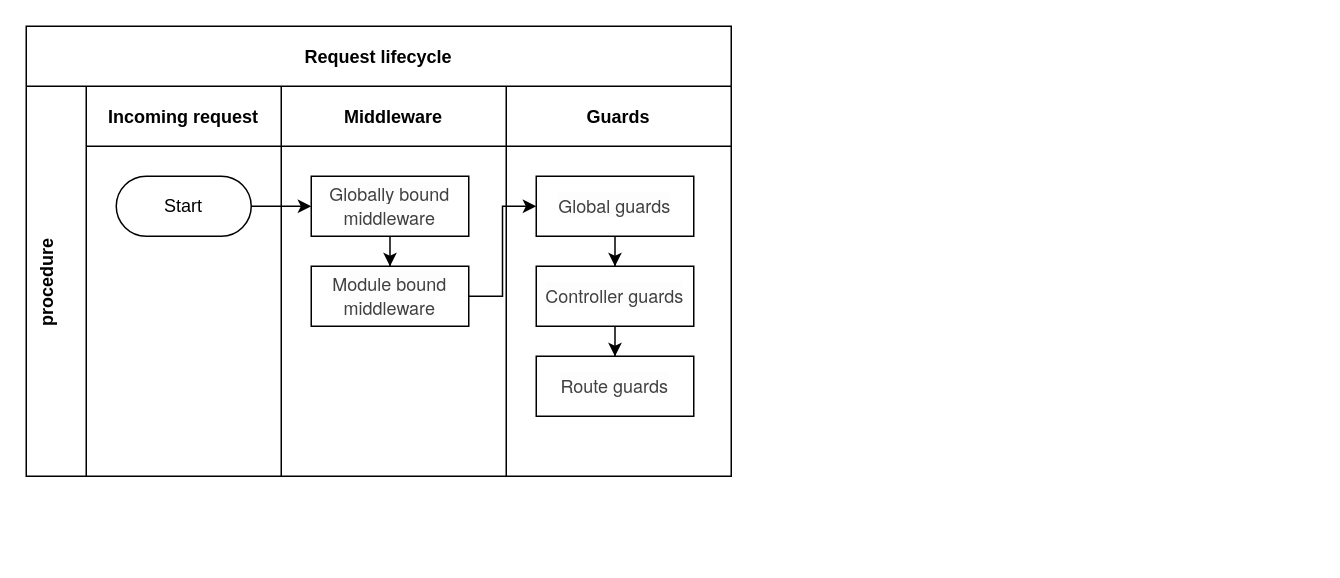
The draw.io diagram nest.drawio in xixilaladsds/draw.io, before the edit. Source tidied: cells renumbered, new cells numbered last; positions are measured from the earlier drawing's top-left corner, leaving out a move shared by most shapes. Both pictures are drawn from the tidied source at 150%, with x=0, y=0 at pixel (26, 26).
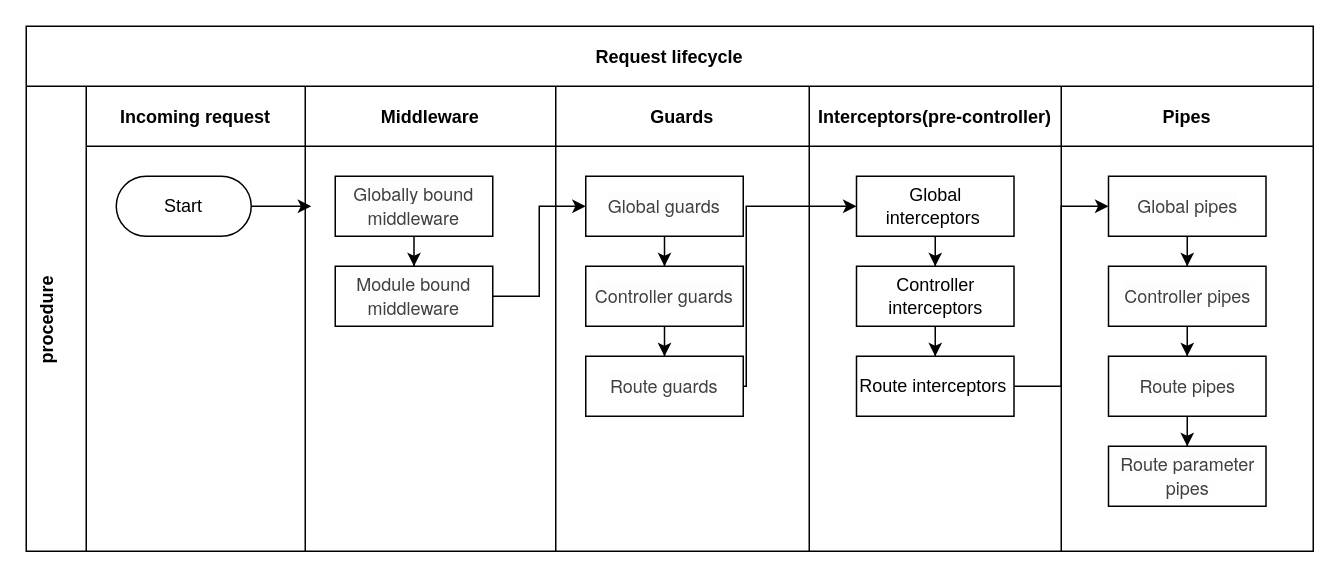
The same diagram, later.

Unchanged cells that the change refers to:
```xml
<mxCell id="15" value="&lt;span style=&quot;color: rgb(64, 64, 64); font-family: &amp;quot;Source Sans Pro&amp;quot;, &amp;quot;Helvetica Neue&amp;quot;, sans-serif; font-style: normal; font-variant-ligatures: normal; font-variant-caps: normal; font-weight: 400; letter-spacing: normal; orphans: 2; text-align: left; text-indent: 0px; text-transform: none; widows: 2; word-spacing: 0px; -webkit-text-stroke-width: 0px; background-color: rgb(253, 253, 253); text-decoration-thickness: initial; text-decoration-style: initial; text-decoration-color: initial; float: none; display: inline !important;&quot;&gt;&lt;font style=&quot;font-size: 12px;&quot;&gt;Route guards&lt;/font&gt;&lt;/span&gt;" style="rounded=0;whiteSpace=wrap;html=1;fontSize=12;" parent="10" vertex="1">
  <mxGeometry x="20" y="180" width="105" height="40" as="geometry" />
</mxCell>
```

The edit, as a diff of the source:
```diff
@@
     <mxCell id="2" value="Request lifecycle" style="shape=table;childLayout=tableLayout;startSize=40;fillColor=none;fontStyle=1;" parent="1" vertex="1">
-      <mxGeometry width="470" height="300" as="geometry" />
+      <mxGeometry width="858" height="350" as="geometry" />
     </mxCell>
     <mxCell id="3" value="procedure&#10;" style="shape=tableRow;horizontal=0;swimlaneHead=0;swimlaneBody=0;top=0;left=0;bottom=0;right=0;fillColor=none;startSize=40;fontStyle=1;" parent="2" vertex="1">
-      <mxGeometry y="40" width="470" height="260" as="geometry" />
+      <mxGeometry y="40" width="858" height="310" as="geometry" />
     </mxCell>
     <mxCell id="4" value="Incoming request" style="swimlane;swimlaneHead=0;swimlaneBody=0;fillColor=none;startSize=40;fontStyle=1;" parent="3" vertex="1">
-      <mxGeometry x="40" width="130" height="260" as="geometry" />
+      <mxGeometry x="40" width="146" height="310" as="geometry" />
     </mxCell>
@@
     <mxCell id="6" value="Middleware" style="swimlane;swimlaneHead=0;swimlaneBody=0;fillColor=none;startSize=40;fontStyle=1;" parent="3" vertex="1">
-      <mxGeometry x="170" width="150" height="260" as="geometry" />
+      <mxGeometry x="186" width="167" height="310" as="geometry" />
     </mxCell>
@@
     <mxCell id="10" value="Guards" style="swimlane;swimlaneHead=0;swimlaneBody=0;fillColor=none;startSize=40;fontStyle=1;" parent="3" vertex="1">
-      <mxGeometry x="320" width="150" height="260" as="geometry" />
+      <mxGeometry x="353" width="169" height="310" as="geometry" />
     </mxCell>
@@
+    <mxCell id="18" value="Interceptors(pre-controller)" style="swimlane;swimlaneHead=0;swimlaneBody=0;fillColor=none;startSize=40;fontStyle=1;" parent="3" vertex="1">
+      <mxGeometry x="522" width="168" height="310" as="geometry" />
+    </mxCell>
+    <mxCell id="19" style="edgeStyle=orthogonalEdgeStyle;rounded=0;jettySize=auto;html=1;fontSize=12;" parent="18" edge="1" source="20" target="22">
+      <mxGeometry relative="1" as="geometry" />
+    </mxCell>
+    <mxCell id="20" value="Global interceptors&amp;nbsp;" style="rounded=0;whiteSpace=wrap;html=1;fontSize=12;" parent="18" vertex="1">
+      <mxGeometry x="31.5" y="60" width="105" height="40" as="geometry" />
+    </mxCell>
+    <mxCell id="21" style="edgeStyle=orthogonalEdgeStyle;rounded=0;jettySize=auto;html=1;fontSize=12;" parent="18" edge="1" source="22" target="23">
+      <mxGeometry relative="1" as="geometry" />
+    </mxCell>
+    <mxCell id="22" value="Controller interceptors" style="rounded=0;whiteSpace=wrap;html=1;fontSize=12;" parent="18" vertex="1">
+      <mxGeometry x="31.5" y="120" width="105" height="40" as="geometry" />
+    </mxCell>
+    <mxCell id="23" value="Route interceptors&amp;nbsp;" style="rounded=0;whiteSpace=wrap;html=1;fontSize=12;" parent="18" vertex="1">
+      <mxGeometry x="31.5" y="180" width="105" height="40" as="geometry" />
+    </mxCell>
+    <mxCell id="24" value="Pipes" style="swimlane;swimlaneHead=0;swimlaneBody=0;fillColor=none;startSize=40;fontStyle=1;" parent="3" vertex="1">
+      <mxGeometry x="690" width="168" height="310" as="geometry" />
+    </mxCell>
+    <mxCell id="25" style="edgeStyle=orthogonalEdgeStyle;rounded=0;jettySize=auto;html=1;entryX=0.5;entryY=0;entryDx=0;entryDy=0;fontSize=12;" parent="24" edge="1" source="26" target="28">
+      <mxGeometry relative="1" as="geometry" />
+    </mxCell>
+    <mxCell id="26" value="&lt;span style=&quot;color: rgb(64, 64, 64); font-family: &amp;quot;Source Sans Pro&amp;quot;, &amp;quot;Helvetica Neue&amp;quot;, sans-serif; font-style: normal; font-variant-ligatures: normal; font-variant-caps: normal; font-weight: 400; letter-spacing: normal; orphans: 2; text-align: left; text-indent: 0px; text-transform: none; widows: 2; word-spacing: 0px; -webkit-text-stroke-width: 0px; background-color: rgb(253, 253, 253); text-decoration-thickness: initial; text-decoration-style: initial; text-decoration-color: initial; float: none; display: inline !important;&quot;&gt;&lt;font style=&quot;font-size: 12px;&quot;&gt;Global pipes&lt;/font&gt;&lt;/span&gt;" style="rounded=0;whiteSpace=wrap;html=1;" parent="24" vertex="1">
+      <mxGeometry x="31.5" y="60" width="105" height="40" as="geometry" />
+    </mxCell>
+    <mxCell id="27" style="edgeStyle=orthogonalEdgeStyle;rounded=0;jettySize=auto;html=1;entryX=0.5;entryY=0;entryDx=0;entryDy=0;fontSize=12;" parent="24" edge="1" source="28" target="29">
+      <mxGeometry relative="1" as="geometry" />
+    </mxCell>
+    <mxCell id="28" value="&lt;span style=&quot;color: rgb(64, 64, 64); font-family: &amp;quot;Source Sans Pro&amp;quot;, &amp;quot;Helvetica Neue&amp;quot;, sans-serif; font-style: normal; font-variant-ligatures: normal; font-variant-caps: normal; font-weight: 400; letter-spacing: normal; orphans: 2; text-align: left; text-indent: 0px; text-transform: none; widows: 2; word-spacing: 0px; -webkit-text-stroke-width: 0px; background-color: rgb(253, 253, 253); text-decoration-thickness: initial; text-decoration-style: initial; text-decoration-color: initial; float: none; display: inline !important;&quot;&gt;&lt;font style=&quot;font-size: 12px;&quot;&gt;Controller pipes&lt;/font&gt;&lt;/span&gt;" style="rounded=0;whiteSpace=wrap;html=1;fontSize=12;" parent="24" vertex="1">
+      <mxGeometry x="31.5" y="120" width="105" height="40" as="geometry" />
+    </mxCell>
+    <mxCell id="29" value="&lt;span style=&quot;color: rgb(64, 64, 64); font-family: &amp;quot;Source Sans Pro&amp;quot;, &amp;quot;Helvetica Neue&amp;quot;, sans-serif; font-style: normal; font-variant-ligatures: normal; font-variant-caps: normal; font-weight: 400; letter-spacing: normal; orphans: 2; text-align: left; text-indent: 0px; text-transform: none; widows: 2; word-spacing: 0px; -webkit-text-stroke-width: 0px; background-color: rgb(253, 253, 253); text-decoration-thickness: initial; text-decoration-style: initial; text-decoration-color: initial; float: none; display: inline !important;&quot;&gt;&lt;font style=&quot;font-size: 12px;&quot;&gt;Route pipes&lt;/font&gt;&lt;/span&gt;" style="rounded=0;whiteSpace=wrap;html=1;fontSize=12;" parent="24" vertex="1">
+      <mxGeometry x="31.5" y="180" width="105" height="40" as="geometry" />
+    </mxCell>
@@
+    <mxCell id="30" style="edgeStyle=orthogonalEdgeStyle;rounded=0;jettySize=auto;html=1;fontSize=12;" parent="3" edge="1" source="15" target="20">
+      <mxGeometry relative="1" as="geometry">
+        <Array as="points">
+          <mxPoint x="480" y="200" />
+          <mxPoint x="480" y="80" />
+        </Array>
+      </mxGeometry>
+    </mxCell>
+    <mxCell id="31" style="edgeStyle=orthogonalEdgeStyle;rounded=0;jettySize=auto;html=1;entryX=0;entryY=0.5;entryDx=0;entryDy=0;fontSize=12;" parent="3" edge="1" source="23" target="26">
+      <mxGeometry relative="1" as="geometry" />
+    </mxCell>
+    <mxCell id="32" value="&lt;span style=&quot;color: rgb(64, 64, 64); font-family: &amp;quot;Source Sans Pro&amp;quot;, &amp;quot;Helvetica Neue&amp;quot;, sans-serif; font-style: normal; font-variant-ligatures: normal; font-variant-caps: normal; font-weight: 400; letter-spacing: normal; orphans: 2; text-align: left; text-indent: 0px; text-transform: none; widows: 2; word-spacing: 0px; -webkit-text-stroke-width: 0px; background-color: rgb(253, 253, 253); text-decoration-thickness: initial; text-decoration-style: initial; text-decoration-color: initial; float: none; display: inline !important;&quot;&gt;&lt;font style=&quot;font-size: 12px;&quot;&gt;Route parameter pipes&lt;/font&gt;&lt;/span&gt;" style="rounded=0;whiteSpace=wrap;html=1;fontSize=12;" parent="1" vertex="1">
+      <mxGeometry x="721.5" y="280" width="105" height="40" as="geometry" />
+    </mxCell>
+    <mxCell id="33" style="edgeStyle=orthogonalEdgeStyle;rounded=0;jettySize=auto;html=1;fontSize=12;" parent="1" edge="1" source="29" target="32">
+      <mxGeometry relative="1" as="geometry" />
+    </mxCell>
```
